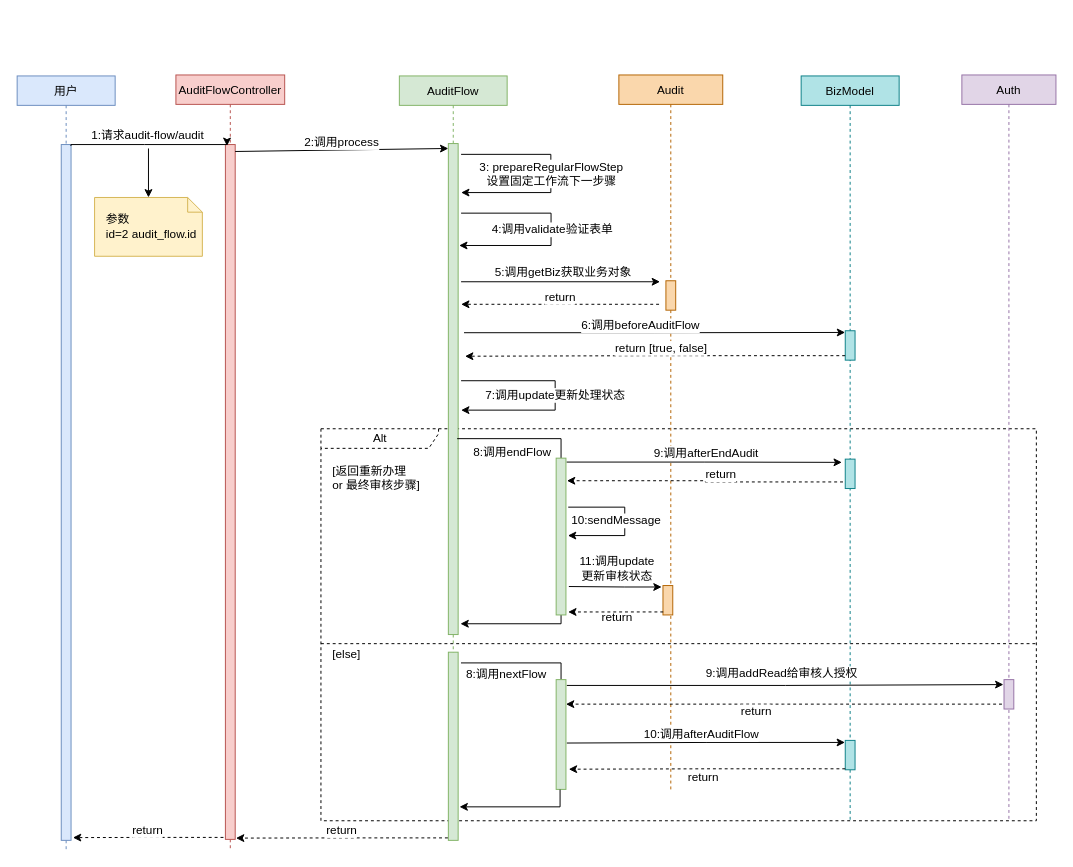
Above: audit_event_2_drawio.drawio in icesyc/diagram (draw.io), before the change. Source tidied: cells renumbered, new cells numbered last; positions are measured from the earlier drawing's top-left corner, leaving out a move shared by most shapes. Both pictures are drawn from the tidied source at 98%, with x=0, y=0 at pixel (17, 74).
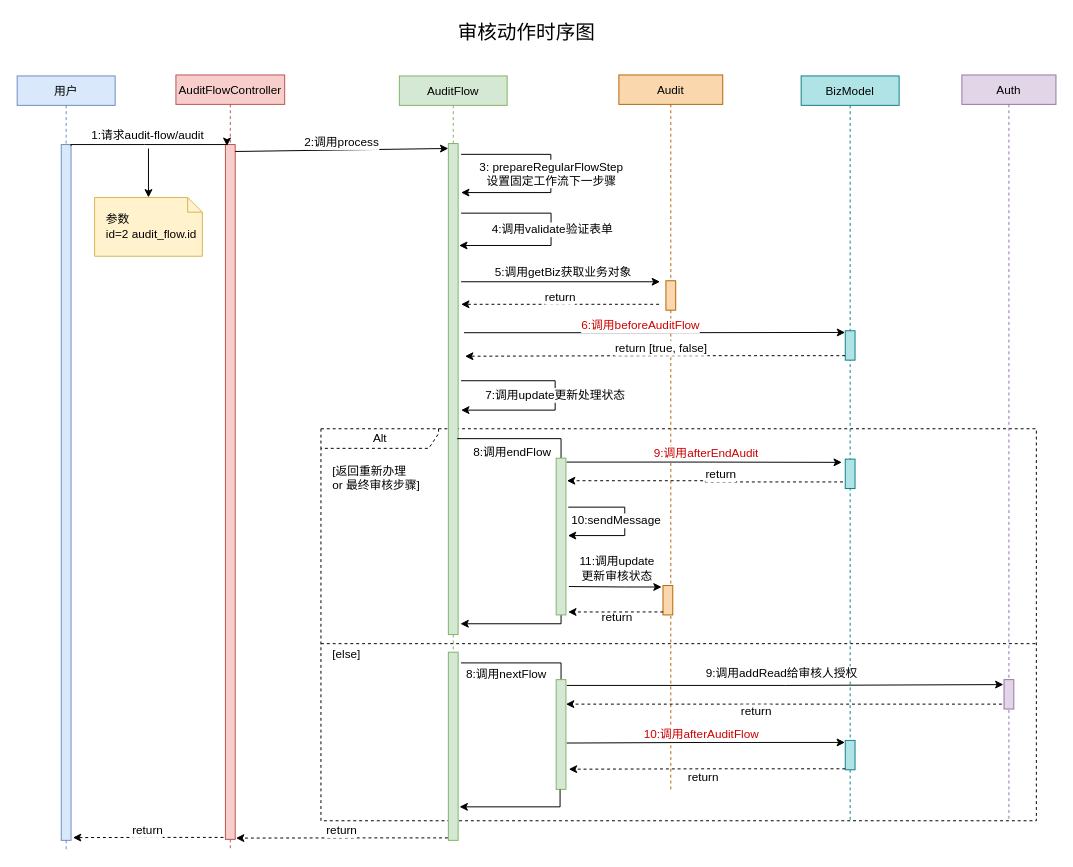
The same diagram, later.

The change refers to these unchanged cells:
```xml
<mxCell id="38" style="edgeStyle=elbowEdgeStyle;rounded=0;jettySize=auto;html=1;labelBackgroundColor=none;fontSize=12;fontColor=default;startArrow=none;startFill=0;endArrow=classic;endFill=1;strokeColor=#000000;strokeWidth=1;entryX=-0.011;entryY=0.058;entryDx=0;entryDy=0;entryPerimeter=0;" parent="1" edge="1" target="20">
  <mxGeometry relative="1" as="geometry">
    <mxPoint x="456" y="263" as="sourcePoint" />
  </mxGeometry>
</mxCell>
<mxCell id="48" style="edgeStyle=elbowEdgeStyle;rounded=0;jettySize=auto;html=1;entryX=-0.344;entryY=0.11;entryDx=0;entryDy=0;entryPerimeter=0;labelBackgroundColor=none;fontSize=12;fontColor=default;startArrow=none;startFill=0;endArrow=classic;endFill=1;strokeColor=#000000;strokeWidth=1;exitX=1.06;exitY=0.025;exitDx=0;exitDy=0;exitPerimeter=0;elbow=horizontal;" parent="1" edge="1" source="53" target="21">
  <mxGeometry relative="1" as="geometry" />
</mxCell>
<mxCell id="64" style="edgeStyle=elbowEdgeStyle;rounded=0;jettySize=auto;html=1;labelBackgroundColor=none;fontSize=12;fontColor=default;startArrow=classic;startFill=1;endArrow=none;endFill=0;strokeColor=#000000;strokeWidth=1;exitX=-0.028;exitY=0.07;exitDx=0;exitDy=0;exitPerimeter=0;entryX=1.086;entryY=0.56;entryDx=0;entryDy=0;entryPerimeter=0;" parent="1" edge="1" source="22">
  <mxGeometry relative="1" as="geometry">
    <mxPoint x="560.9" y="681.7" as="targetPoint" />
  </mxGeometry>
</mxCell>
```

The edit, as a diff of the source:
```diff
@@
-    <mxCell id="39" value="6:调用beforeAuditFlow" style="edgeLabel;html=1;align=center;verticalAlign=middle;fontSize=12;fontColor=default;" parent="38" vertex="1">
+    <mxCell id="39" value="6:调用beforeAuditFlow" style="edgeLabel;html=1;align=center;verticalAlign=middle;fontSize=12;fontColor=#CC0000;" parent="38" vertex="1">
       <mxGeometry x="-0.08" y="-1" relative="1" as="geometry">
         <mxPoint y="-9" as="offset" />
       </mxGeometry>
     </mxCell>
@@
-    <mxCell id="49" value="9:调用afterEndAudit" style="edgeLabel;html=1;align=center;verticalAlign=middle;fontSize=12;fontColor=default;" parent="48" vertex="1">
+    <mxCell id="49" value="9:调用afterEndAudit" style="edgeLabel;html=1;align=center;verticalAlign=middle;fontSize=12;fontColor=#CC0000;" parent="48" vertex="1">
       <mxGeometry x="0.07" relative="1" as="geometry">
         <mxPoint x="-8" y="-10" as="offset" />
       </mxGeometry>
     </mxCell>
@@
-    <mxCell id="65" value="10:调用afterAuditFlow" style="edgeLabel;html=1;align=center;verticalAlign=middle;fontSize=12;fontColor=default;" parent="64" vertex="1">
+    <mxCell id="65" value="10:调用afterAuditFlow" style="edgeLabel;html=1;align=center;verticalAlign=middle;fontSize=12;fontColor=#CC0000;" parent="64" vertex="1">
       <mxGeometry x="0.04" y="-1" relative="1" as="geometry">
         <mxPoint y="-8" as="offset" />
       </mxGeometry>
     </mxCell>
@@
+    <mxCell id="71" value="审核动作时序图" style="text;html=1;strokeColor=none;fillColor=none;align=center;verticalAlign=middle;whiteSpace=wrap;rounded=0;shadow=0;dashed=1;labelBackgroundColor=none;labelBorderColor=none;fontSize=20;fontColor=#000000;" parent="1" vertex="1">
+      <mxGeometry x="440" y="-59" width="160" height="30" as="geometry" />
+    </mxCell>
```
